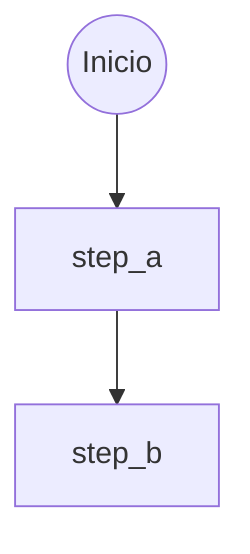
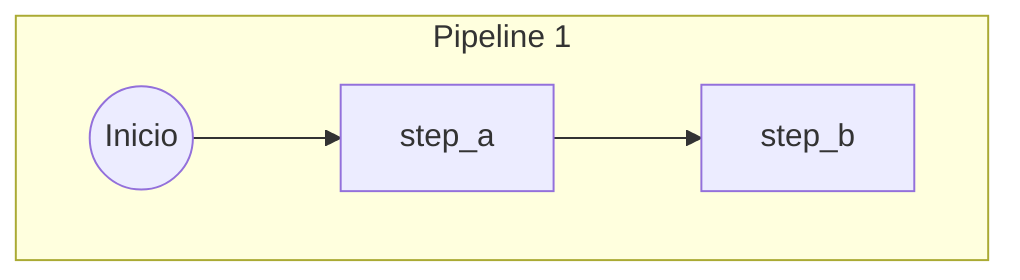
flowchart TD
-   Inicio((Inicio))
-   Inicio --> n_step_a_L0["step_a"]
-   n_step_a_L0 --> n_step_b_L1["step_b"]
+   subgraph Pipeline_0 [Pipeline 1]
+     n_Inicio_Pipeline_0((Inicio))
+     n_Inicio_Pipeline_0 --> n_step_a_L0_0["step_a"]
+     n_step_a_L0_0 --> n_step_b_L0_1["step_b"]
+ 
+   end
